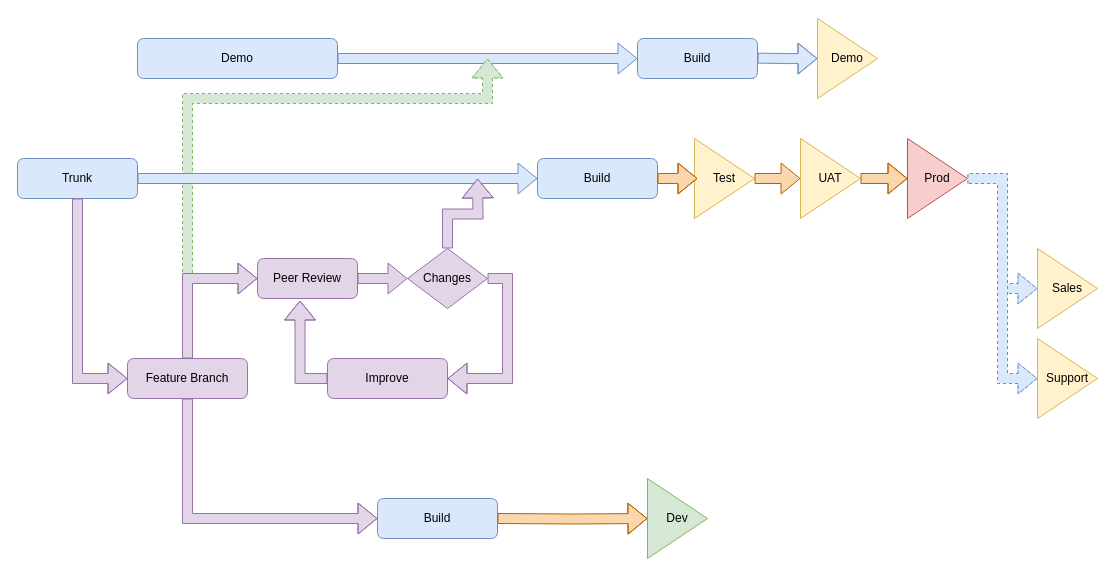
Before: SRC/CI_CD.drawio in tsimmerling/GlassWallApplication, a draw.io diagram. Source tidied: cells renumbered, new cells numbered last; positions are measured from the earlier drawing's top-left corner, leaving out a move shared by most shapes. Both pictures are drawn from the tidied source at 100%, with x=0, y=0 at pixel (17, 18).
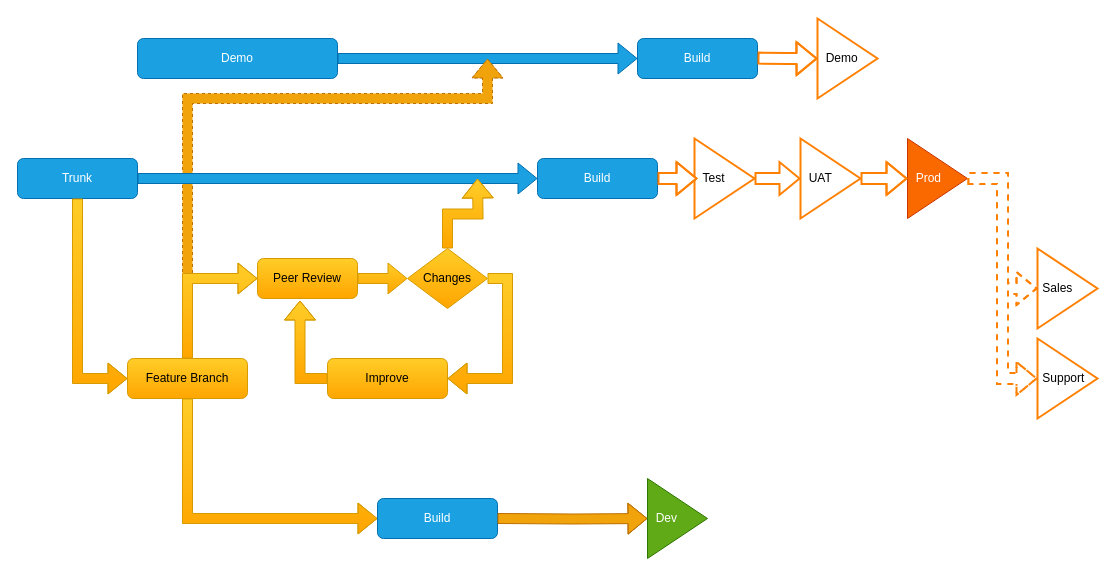
The same page after the edit.

Change to the diagram source:
```diff
@@
-    <mxCell id="2" style="edgeStyle=orthogonalEdgeStyle;rounded=0;jettySize=auto;html=1;exitX=1;exitY=0.5;exitDx=0;exitDy=0;strokeWidth=1;shape=flexArrow;entryX=0;entryY=0.5;entryDx=0;entryDy=0;fillColor=#dae8fc;strokeColor=#6c8ebf;" parent="1" edge="1" source="5" target="12">
+    <mxCell id="2" style="edgeStyle=orthogonalEdgeStyle;rounded=0;jettySize=auto;html=1;exitX=1;exitY=0.5;exitDx=0;exitDy=0;strokeWidth=1;shape=flexArrow;entryX=0;entryY=0.5;entryDx=0;entryDy=0;fillColor=#1ba1e2;strokeColor=#006EAF;" parent="1" edge="1" source="5" target="12">
       <mxGeometry relative="1" as="geometry" />
     </mxCell>
-    <mxCell id="3" style="edgeStyle=orthogonalEdgeStyle;rounded=0;orthogonalLoop=1;jettySize=auto;html=1;strokeWidth=1;shape=flexArrow;dashed=1;fillColor=#d5e8d4;strokeColor=#82b366;" parent="1" edge="1">
+    <mxCell id="3" style="edgeStyle=orthogonalEdgeStyle;rounded=0;orthogonalLoop=1;jettySize=auto;html=1;strokeWidth=1;shape=flexArrow;dashed=1;fillColor=#f0a30a;strokeColor=#BD7000;" parent="1" edge="1">
       <mxGeometry relative="1" as="geometry">
         <mxPoint x="170" y="340" as="sourcePoint" />
         <mxPoint x="470" y="40" as="targetPoint" />
         <Array as="points">
           <mxPoint x="170" y="80" />
           <mxPoint x="470" y="80" />
         </Array>
       </mxGeometry>
     </mxCell>
-    <mxCell id="4" value="Feature Branch" style="rounded=1;whiteSpace=wrap;html=1;fontSize=12;glass=0;strokeWidth=1;shadow=0;fillColor=#e1d5e7;strokeColor=#9673a6;" parent="1" vertex="1">
+    <mxCell id="4" value="Feature Branch" style="rounded=1;whiteSpace=wrap;html=1;fontSize=12;glass=0;strokeWidth=1;shadow=0;fillColor=#ffcd28;strokeColor=#d79b00;gradientColor=#ffa500;" parent="1" vertex="1">
       <mxGeometry x="110" y="340" width="120" height="40" as="geometry" />
     </mxCell>
-    <mxCell id="5" value="Demo" style="rounded=1;whiteSpace=wrap;html=1;fontSize=12;glass=0;strokeWidth=1;shadow=0;fillColor=#dae8fc;strokeColor=#6c8ebf;" parent="1" vertex="1">
+    <mxCell id="5" value="Demo" style="rounded=1;whiteSpace=wrap;html=1;fontSize=12;glass=0;strokeWidth=1;shadow=0;fillColor=#1ba1e2;strokeColor=#006EAF;fontColor=#ffffff;" parent="1" vertex="1">
       <mxGeometry x="120" y="20" width="200" height="40" as="geometry" />
     </mxCell>
-    <mxCell id="6" value="Prod" style="triangle;whiteSpace=wrap;html=1;fillColor=#f8cecc;strokeColor=#b85450;" parent="1" vertex="1">
+    <mxCell id="6" value="&amp;nbsp; Prod&amp;nbsp;&amp;nbsp;" style="triangle;whiteSpace=wrap;html=1;fillColor=#fa6800;strokeColor=#C73500;fontColor=#ffffff;align=left;" parent="1" vertex="1">
       <mxGeometry x="890" y="120" width="60" height="80" as="geometry" />
     </mxCell>
-    <mxCell id="7" value="Sales" style="triangle;whiteSpace=wrap;html=1;fillColor=#fff2cc;strokeColor=#d6b656;" parent="1" vertex="1">
+    <mxCell id="7" value="&amp;nbsp;Sales&amp;nbsp;&amp;nbsp;" style="triangle;whiteSpace=wrap;html=1;align=left;fontSize=12;strokeColor=#FF8000;strokeWidth=2;" parent="1" vertex="1">
       <mxGeometry x="1020" y="230" width="60" height="80" as="geometry" />
     </mxCell>
-    <mxCell id="8" value="Support" style="triangle;whiteSpace=wrap;html=1;fillColor=#fff2cc;strokeColor=#d6b656;" parent="1" vertex="1">
+    <mxCell id="8" value="&amp;nbsp;Support&amp;nbsp;&amp;nbsp;" style="triangle;whiteSpace=wrap;html=1;align=left;fontSize=12;strokeColor=#FF8000;strokeWidth=2;" parent="1" vertex="1">
       <mxGeometry x="1020" y="320" width="60" height="80" as="geometry" />
     </mxCell>
-    <mxCell id="9" value="Demo" style="triangle;whiteSpace=wrap;html=1;fillColor=#fff2cc;strokeColor=#d6b656;" parent="1" vertex="1">
+    <mxCell id="9" value="&amp;nbsp; Demo&amp;nbsp;&amp;nbsp;" style="triangle;whiteSpace=wrap;html=1;align=left;fontSize=12;strokeColor=#FF8000;strokeWidth=2;" parent="1" vertex="1">
       <mxGeometry x="800" width="60" height="80" as="geometry" />
     </mxCell>
-    <mxCell id="10" style="edgeStyle=orthogonalEdgeStyle;rounded=0;jettySize=auto;html=1;exitX=1;exitY=0.5;exitDx=0;exitDy=0;strokeWidth=1;shape=flexArrow;fillColor=#dae8fc;strokeColor=#6c8ebf;" parent="1" edge="1" source="11" target="16">
+    <mxCell id="10" style="edgeStyle=orthogonalEdgeStyle;rounded=0;jettySize=auto;html=1;exitX=1;exitY=0.5;exitDx=0;exitDy=0;strokeWidth=1;shape=flexArrow;fillColor=#1ba1e2;strokeColor=#006EAF;" parent="1" edge="1" source="11" target="16">
       <mxGeometry relative="1" as="geometry" />
     </mxCell>
-    <mxCell id="11" value="Trunk" style="rounded=1;whiteSpace=wrap;html=1;fontSize=12;glass=0;strokeWidth=1;shadow=0;fillColor=#dae8fc;strokeColor=#6c8ebf;" parent="1" vertex="1">
+    <mxCell id="11" value="Trunk" style="rounded=1;whiteSpace=wrap;html=1;fontSize=12;glass=0;strokeWidth=1;shadow=0;fillColor=#1ba1e2;strokeColor=#006EAF;fontColor=#ffffff;" parent="1" vertex="1">
       <mxGeometry y="140" width="120" height="40" as="geometry" />
     </mxCell>
-    <mxCell id="12" value="Build" style="rounded=1;whiteSpace=wrap;html=1;fontSize=12;glass=0;strokeWidth=1;shadow=0;fillColor=#dae8fc;strokeColor=#6c8ebf;" parent="1" vertex="1">
+    <mxCell id="12" value="Build" style="rounded=1;whiteSpace=wrap;html=1;fontSize=12;glass=0;strokeWidth=1;shadow=0;fillColor=#1ba1e2;strokeColor=#006EAF;fontColor=#ffffff;" parent="1" vertex="1">
       <mxGeometry x="620" y="20" width="120" height="40" as="geometry" />
     </mxCell>
-    <mxCell id="13" value="Dev" style="triangle;whiteSpace=wrap;html=1;fillColor=#d5e8d4;strokeColor=#82b366;" parent="1" vertex="1">
+    <mxCell id="13" value="&amp;nbsp; Dev" style="triangle;whiteSpace=wrap;html=1;fillColor=#60a917;strokeColor=#2D7600;align=left;fontColor=#ffffff;" parent="1" vertex="1">
       <mxGeometry x="630" y="460" width="60" height="80" as="geometry" />
     </mxCell>
-    <mxCell id="14" value="Test" style="triangle;whiteSpace=wrap;html=1;fillColor=#fff2cc;strokeColor=#d6b656;" parent="1" vertex="1">
+    <mxCell id="14" value="&amp;nbsp; Test&amp;nbsp;&amp;nbsp;" style="triangle;whiteSpace=wrap;html=1;align=left;fontSize=12;strokeColor=#FF8000;strokeWidth=2;" parent="1" vertex="1">
       <mxGeometry x="677" y="120" width="60" height="80" as="geometry" />
     </mxCell>
-    <mxCell id="15" value="UAT" style="triangle;whiteSpace=wrap;html=1;fillColor=#fff2cc;strokeColor=#d6b656;" parent="1" vertex="1">
+    <mxCell id="15" value="&amp;nbsp; UAT&amp;nbsp;&amp;nbsp;" style="triangle;whiteSpace=wrap;html=1;align=left;fontSize=12;strokeColor=#FF8000;strokeWidth=2;" parent="1" vertex="1">
       <mxGeometry x="783" y="120" width="60" height="80" as="geometry" />
     </mxCell>
-    <mxCell id="16" value="Build" style="rounded=1;whiteSpace=wrap;html=1;fontSize=12;glass=0;strokeWidth=1;shadow=0;fillColor=#dae8fc;strokeColor=#6c8ebf;" parent="1" vertex="1">
+    <mxCell id="16" value="Build" style="rounded=1;whiteSpace=wrap;html=1;fontSize=12;glass=0;strokeWidth=1;shadow=0;fillColor=#1ba1e2;strokeColor=#006EAF;fontColor=#ffffff;" parent="1" vertex="1">
       <mxGeometry x="520" y="140" width="120" height="40" as="geometry" />
     </mxCell>
-    <mxCell id="17" value="Peer Review" style="rounded=1;whiteSpace=wrap;html=1;fontSize=12;glass=0;strokeWidth=1;shadow=0;fillColor=#e1d5e7;strokeColor=#9673a6;" parent="1" vertex="1">
+    <mxCell id="17" value="Peer Review" style="rounded=1;whiteSpace=wrap;html=1;fontSize=12;glass=0;strokeWidth=1;shadow=0;fillColor=#ffcd28;strokeColor=#d79b00;gradientColor=#ffa500;" parent="1" vertex="1">
       <mxGeometry x="240" y="240" width="100" height="40" as="geometry" />
     </mxCell>
-    <mxCell id="18" value="Improve" style="rounded=1;whiteSpace=wrap;html=1;fontSize=12;glass=0;strokeWidth=1;shadow=0;fillColor=#e1d5e7;strokeColor=#9673a6;" parent="1" vertex="1">
+    <mxCell id="18" value="Improve" style="rounded=1;whiteSpace=wrap;html=1;fontSize=12;glass=0;strokeWidth=1;shadow=0;fillColor=#ffcd28;strokeColor=#d79b00;gradientColor=#ffa500;" parent="1" vertex="1">
       <mxGeometry x="310" y="340" width="120" height="40" as="geometry" />
     </mxCell>
-    <mxCell id="19" value="Changes" style="rhombus;whiteSpace=wrap;html=1;fillColor=#e1d5e7;strokeColor=#9673a6;" parent="1" vertex="1">
+    <mxCell id="19" value="Changes" style="rhombus;whiteSpace=wrap;html=1;fillColor=#ffcd28;strokeColor=#d79b00;gradientColor=#ffa500;" parent="1" vertex="1">
       <mxGeometry x="390" y="230" width="80" height="60" as="geometry" />
     </mxCell>
-    <mxCell id="20" value="Build" style="rounded=1;whiteSpace=wrap;html=1;fontSize=12;glass=0;strokeWidth=1;shadow=0;fillColor=#dae8fc;strokeColor=#6c8ebf;" parent="1" vertex="1">
+    <mxCell id="20" value="Build" style="rounded=1;whiteSpace=wrap;html=1;fontSize=12;glass=0;strokeWidth=1;shadow=0;fillColor=#1ba1e2;strokeColor=#006EAF;fontColor=#ffffff;" parent="1" vertex="1">
       <mxGeometry x="360" y="480" width="120" height="40" as="geometry" />
     </mxCell>
-    <mxCell id="21" style="edgeStyle=orthogonalEdgeStyle;rounded=0;jettySize=auto;html=1;exitX=0.5;exitY=1;exitDx=0;exitDy=0;strokeWidth=1;shape=flexArrow;entryX=0;entryY=0.5;entryDx=0;entryDy=0;fillColor=#e1d5e7;strokeColor=#9673a6;" parent="1" edge="1" source="4" target="20">
+    <mxCell id="21" style="edgeStyle=orthogonalEdgeStyle;rounded=0;jettySize=auto;html=1;exitX=0.5;exitY=1;exitDx=0;exitDy=0;strokeWidth=1;shape=flexArrow;entryX=0;entryY=0.5;entryDx=0;entryDy=0;fillColor=#ffcd28;strokeColor=#d79b00;gradientColor=#ffa500;" parent="1" edge="1" source="4" target="20">
       <mxGeometry relative="1" as="geometry" />
     </mxCell>
-    <mxCell id="22" style="edgeStyle=orthogonalEdgeStyle;rounded=0;jettySize=auto;html=1;strokeWidth=1;shape=flexArrow;entryX=0;entryY=0.5;entryDx=0;entryDy=0;fillColor=#fad7ac;strokeColor=#b46504;" parent="1" edge="1" target="13">
+    <mxCell id="22" style="edgeStyle=orthogonalEdgeStyle;rounded=0;jettySize=auto;html=1;strokeWidth=1;shape=flexArrow;entryX=0;entryY=0.5;entryDx=0;entryDy=0;fillColor=#f0a30a;strokeColor=#BD7000;" parent="1" edge="1" target="13">
       <mxGeometry relative="1" as="geometry">
         <mxPoint x="480" y="500" as="sourcePoint" />
       </mxGeometry>
     </mxCell>
-    <mxCell id="23" style="edgeStyle=orthogonalEdgeStyle;rounded=0;jettySize=auto;html=1;exitX=1;exitY=0.5;exitDx=0;exitDy=0;strokeWidth=1;shape=flexArrow;entryX=1;entryY=0.5;entryDx=0;entryDy=0;fillColor=#e1d5e7;strokeColor=#9673a6;" parent="1" edge="1" source="19" target="18">
+    <mxCell id="23" style="edgeStyle=orthogonalEdgeStyle;rounded=0;jettySize=auto;html=1;exitX=1;exitY=0.5;exitDx=0;exitDy=0;strokeWidth=1;shape=flexArrow;entryX=1;entryY=0.5;entryDx=0;entryDy=0;fillColor=#ffcd28;strokeColor=#d79b00;gradientColor=#ffa500;" parent="1" edge="1" source="19" target="18">
       <mxGeometry relative="1" as="geometry" />
     </mxCell>
-    <mxCell id="24" style="edgeStyle=orthogonalEdgeStyle;rounded=0;jettySize=auto;html=1;exitX=0;exitY=0.5;exitDx=0;exitDy=0;strokeWidth=1;shape=flexArrow;entryX=0.425;entryY=1.05;entryDx=0;entryDy=0;entryPerimeter=0;fillColor=#e1d5e7;strokeColor=#9673a6;" parent="1" edge="1" source="18" target="17">
+    <mxCell id="24" style="edgeStyle=orthogonalEdgeStyle;rounded=0;jettySize=auto;html=1;exitX=0;exitY=0.5;exitDx=0;exitDy=0;strokeWidth=1;shape=flexArrow;entryX=0.425;entryY=1.05;entryDx=0;entryDy=0;entryPerimeter=0;fillColor=#ffcd28;strokeColor=#d79b00;gradientColor=#ffa500;" parent="1" edge="1" source="18" target="17">
       <mxGeometry relative="1" as="geometry" />
     </mxCell>
-    <mxCell id="25" style="edgeStyle=orthogonalEdgeStyle;rounded=0;jettySize=auto;html=1;exitX=0.5;exitY=1;exitDx=0;exitDy=0;strokeWidth=1;shape=flexArrow;entryX=0;entryY=0.5;entryDx=0;entryDy=0;fillColor=#e1d5e7;strokeColor=#9673a6;" parent="1" edge="1" source="11" target="4">
+    <mxCell id="25" style="edgeStyle=orthogonalEdgeStyle;rounded=0;jettySize=auto;html=1;exitX=0.5;exitY=1;exitDx=0;exitDy=0;strokeWidth=1;shape=flexArrow;entryX=0;entryY=0.5;entryDx=0;entryDy=0;fillColor=#ffcd28;strokeColor=#d79b00;gradientColor=#ffa500;" parent="1" edge="1" source="11" target="4">
       <mxGeometry relative="1" as="geometry" />
     </mxCell>
-    <mxCell id="26" style="edgeStyle=orthogonalEdgeStyle;rounded=0;jettySize=auto;html=1;exitX=0.5;exitY=0;exitDx=0;exitDy=0;strokeWidth=1;shape=flexArrow;entryX=0;entryY=0.5;entryDx=0;entryDy=0;fillColor=#e1d5e7;strokeColor=#9673a6;" parent="1" edge="1" source="4" target="17">
+    <mxCell id="26" style="edgeStyle=orthogonalEdgeStyle;rounded=0;jettySize=auto;html=1;exitX=0.5;exitY=0;exitDx=0;exitDy=0;strokeWidth=1;shape=flexArrow;entryX=0;entryY=0.5;entryDx=0;entryDy=0;fillColor=#ffcd28;strokeColor=#d79b00;gradientColor=#ffa500;" parent="1" edge="1" source="4" target="17">
       <mxGeometry relative="1" as="geometry" />
     </mxCell>
-    <mxCell id="27" style="edgeStyle=orthogonalEdgeStyle;rounded=0;jettySize=auto;html=1;exitX=0.5;exitY=0;exitDx=0;exitDy=0;strokeWidth=1;shape=flexArrow;fillColor=#e1d5e7;strokeColor=#9673a6;" parent="1" edge="1" source="19">
+    <mxCell id="27" style="edgeStyle=orthogonalEdgeStyle;rounded=0;jettySize=auto;html=1;exitX=0.5;exitY=0;exitDx=0;exitDy=0;strokeWidth=1;shape=flexArrow;fillColor=#ffcd28;strokeColor=#d79b00;gradientColor=#ffa500;" parent="1" edge="1" source="19">
       <mxGeometry relative="1" as="geometry">
         <mxPoint x="460" y="160" as="targetPoint" />
       </mxGeometry>
     </mxCell>
-    <mxCell id="28" style="edgeStyle=orthogonalEdgeStyle;rounded=0;jettySize=auto;html=1;exitX=1;exitY=0.5;exitDx=0;exitDy=0;strokeWidth=1;shape=flexArrow;fillColor=#e1d5e7;strokeColor=#9673a6;" parent="1" edge="1" source="17" target="19">
+    <mxCell id="28" style="edgeStyle=orthogonalEdgeStyle;rounded=0;jettySize=auto;html=1;exitX=1;exitY=0.5;exitDx=0;exitDy=0;strokeWidth=1;shape=flexArrow;fillColor=#ffcd28;strokeColor=#d79b00;gradientColor=#ffa500;" parent="1" edge="1" source="17" target="19">
       <mxGeometry relative="1" as="geometry" />
     </mxCell>
-    <mxCell id="29" style="edgeStyle=orthogonalEdgeStyle;rounded=0;jettySize=auto;html=1;exitX=1;exitY=0.5;exitDx=0;exitDy=0;strokeWidth=1;shape=flexArrow;entryX=0;entryY=0.5;entryDx=0;entryDy=0;fillColor=#dae8fc;strokeColor=#6c8ebf;" parent="1" edge="1" target="9">
+    <mxCell id="29" style="edgeStyle=orthogonalEdgeStyle;rounded=0;jettySize=auto;html=1;exitX=1;exitY=0.5;exitDx=0;exitDy=0;strokeWidth=2;shape=flexArrow;entryX=0;entryY=0.5;entryDx=0;entryDy=0;fontSize=12;fillColor=#ffffff;strokeColor=#FF8000;" parent="1" edge="1" target="9">
       <mxGeometry relative="1" as="geometry">
         <mxPoint x="740" y="39.6" as="sourcePoint" />
       </mxGeometry>
     </mxCell>
-    <mxCell id="30" style="edgeStyle=orthogonalEdgeStyle;rounded=0;jettySize=auto;html=1;strokeWidth=1;shape=flexArrow;fillColor=#fad7ac;strokeColor=#b46504;exitX=1;exitY=0.5;exitDx=0;exitDy=0;" parent="1" edge="1" source="16">
+    <mxCell id="30" style="edgeStyle=orthogonalEdgeStyle;rounded=0;jettySize=auto;html=1;strokeWidth=2;shape=flexArrow;exitX=1;exitY=0.5;exitDx=0;exitDy=0;fontSize=12;fillColor=#ffffff;strokeColor=#FF8000;" parent="1" edge="1" source="16">
       <mxGeometry relative="1" as="geometry">
         <mxPoint x="680" y="160" as="targetPoint" />
       </mxGeometry>
     </mxCell>
-    <mxCell id="31" style="edgeStyle=orthogonalEdgeStyle;rounded=0;jettySize=auto;html=1;exitX=1;exitY=0.5;exitDx=0;exitDy=0;strokeWidth=1;shape=flexArrow;entryX=0;entryY=0.5;entryDx=0;entryDy=0;fillColor=#fad7ac;strokeColor=#b46504;" parent="1" edge="1" source="14" target="15">
+    <mxCell id="31" style="edgeStyle=orthogonalEdgeStyle;rounded=0;jettySize=auto;html=1;exitX=1;exitY=0.5;exitDx=0;exitDy=0;strokeWidth=2;shape=flexArrow;entryX=0;entryY=0.5;entryDx=0;entryDy=0;fontSize=12;fillColor=#ffffff;strokeColor=#FF8000;" parent="1" edge="1" source="14" target="15">
       <mxGeometry relative="1" as="geometry" />
     </mxCell>
-    <mxCell id="32" style="edgeStyle=orthogonalEdgeStyle;rounded=0;jettySize=auto;html=1;exitX=1;exitY=0.5;exitDx=0;exitDy=0;strokeWidth=1;shape=flexArrow;fillColor=#fad7ac;strokeColor=#b46504;" parent="1" edge="1" source="15">
+    <mxCell id="32" style="edgeStyle=orthogonalEdgeStyle;rounded=0;jettySize=auto;html=1;exitX=1;exitY=0.5;exitDx=0;exitDy=0;strokeWidth=2;shape=flexArrow;fontSize=12;fillColor=#ffffff;strokeColor=#FF8000;" parent="1" edge="1" source="15">
       <mxGeometry relative="1" as="geometry">
         <mxPoint x="890" y="160" as="targetPoint" />
       </mxGeometry>
     </mxCell>
-    <mxCell id="33" style="edgeStyle=orthogonalEdgeStyle;rounded=0;jettySize=auto;html=1;exitX=1;exitY=0.5;exitDx=0;exitDy=0;strokeWidth=1;shape=flexArrow;entryX=0;entryY=0.5;entryDx=0;entryDy=0;fillColor=#dae8fc;strokeColor=#6c8ebf;dashed=1;" parent="1" edge="1" source="6" target="7">
+    <mxCell id="33" style="edgeStyle=orthogonalEdgeStyle;rounded=0;jettySize=auto;html=1;exitX=1;exitY=0.5;exitDx=0;exitDy=0;strokeWidth=2;shape=flexArrow;entryX=0;entryY=0.5;entryDx=0;entryDy=0;dashed=1;fontSize=12;fillColor=#ffffff;strokeColor=#FF8000;" parent="1" edge="1" source="6" target="7">
       <mxGeometry relative="1" as="geometry" />
     </mxCell>
-    <mxCell id="34" style="edgeStyle=orthogonalEdgeStyle;rounded=0;jettySize=auto;html=1;exitX=1;exitY=0.5;exitDx=0;exitDy=0;strokeWidth=1;shape=flexArrow;entryX=0;entryY=0.5;entryDx=0;entryDy=0;fillColor=#dae8fc;strokeColor=#6c8ebf;dashed=1;" parent="1" edge="1" source="6" target="8">
+    <mxCell id="34" style="edgeStyle=orthogonalEdgeStyle;rounded=0;jettySize=auto;html=1;exitX=1;exitY=0.5;exitDx=0;exitDy=0;strokeWidth=2;shape=flexArrow;entryX=0;entryY=0.5;entryDx=0;entryDy=0;dashed=1;fontSize=12;fillColor=#ffffff;strokeColor=#FF8000;" parent="1" edge="1" source="6" target="8">
       <mxGeometry relative="1" as="geometry" />
     </mxCell>
```
